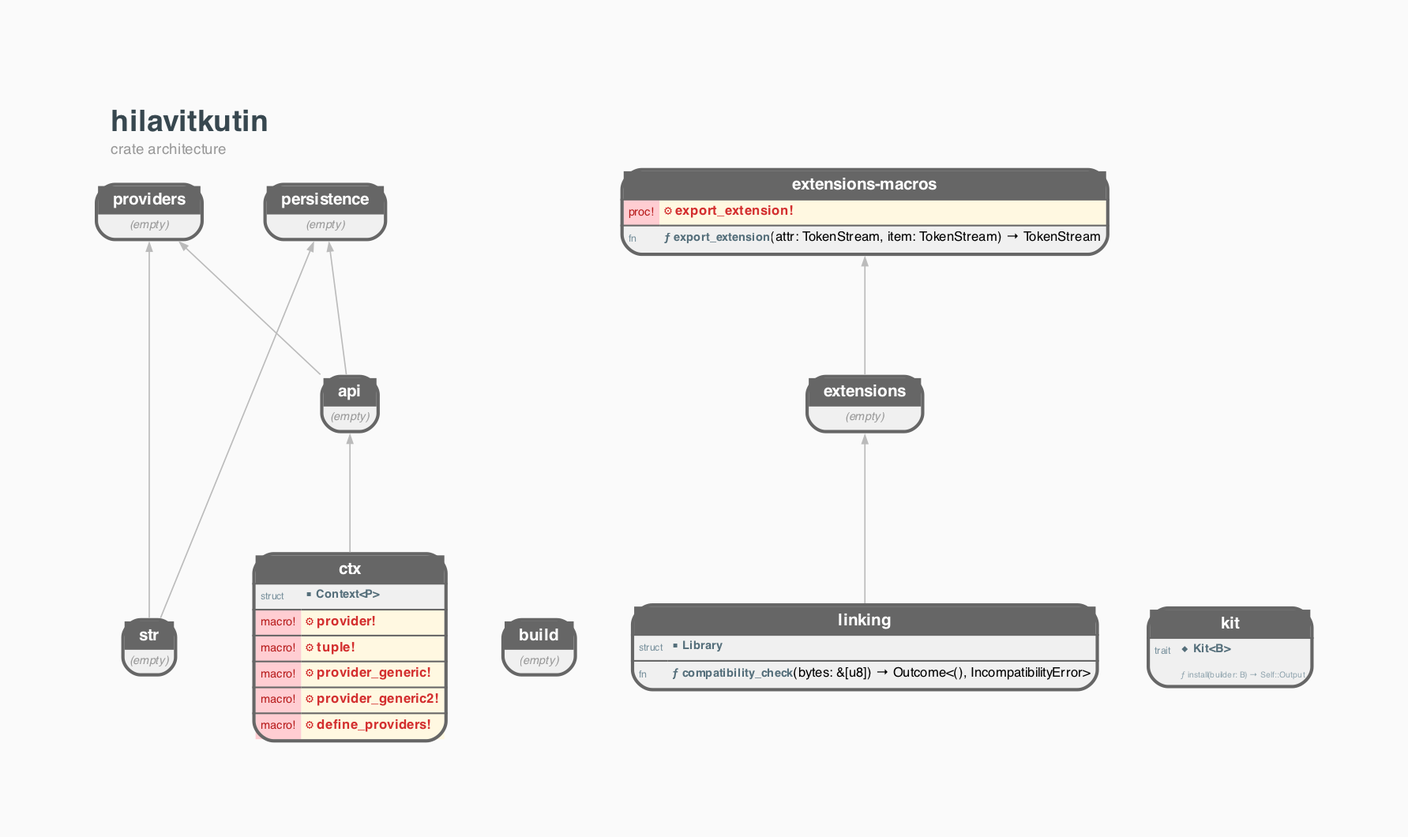
Earlier version of the Graphviz export docs/mock_crate_deps.png (orgrinrt/hilavitkutin). Its source is kept beside it as docs/mock_crate_deps.dot.
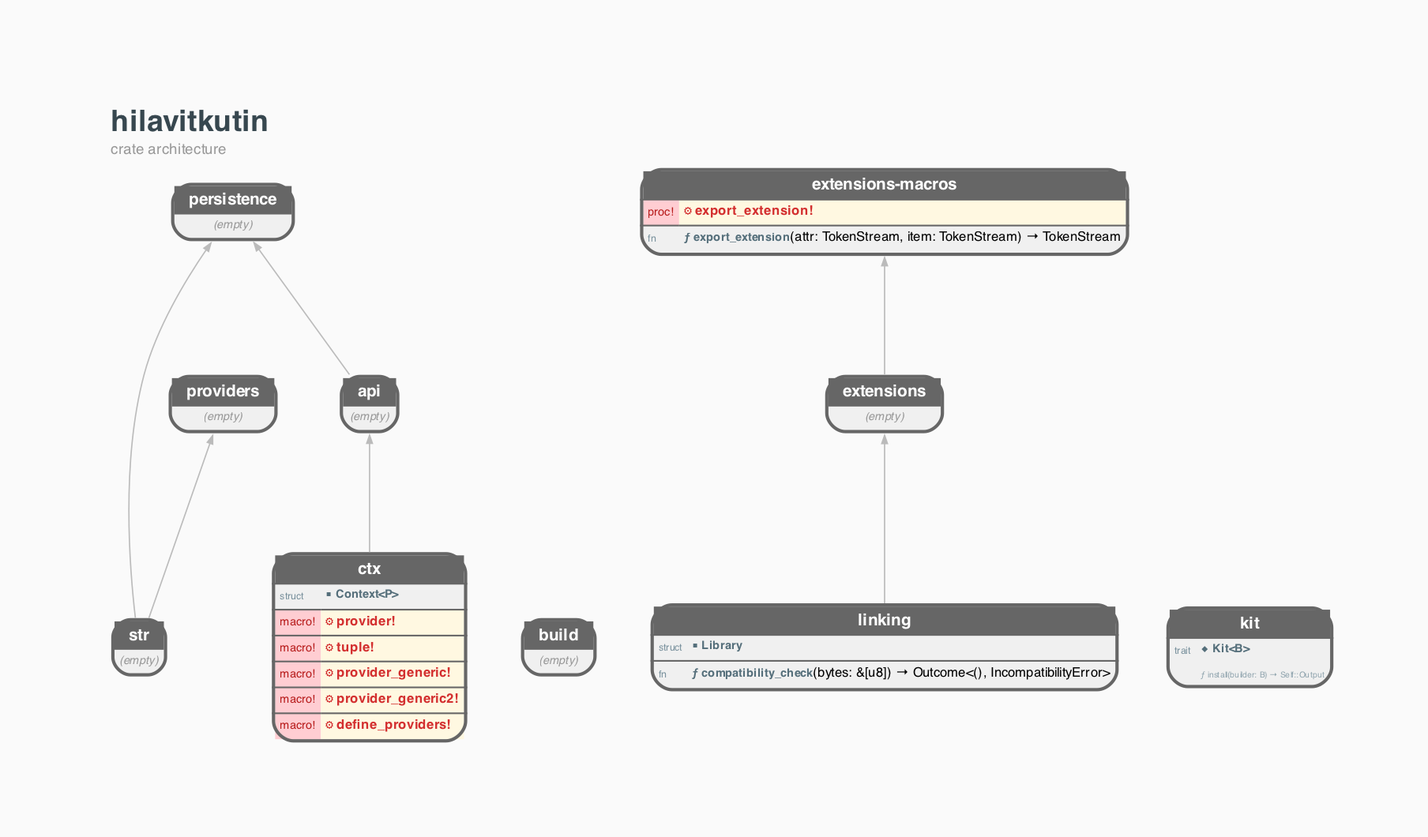
The same file after the commit.

The edit, as a diff of the source:
```diff
@@ -24,7 +24,8 @@
 
     { rank=same; hilavitkutin_build; hilavitkutin_ctx; hilavitkutin_kit; hilavitkutin_linking; hilavitkutin_str; } // depth 0
     { rank=same; hilavitkutin_api; hilavitkutin_extensions; } // depth 1
-    { rank=same; hilavitkutin_extensions_macros; hilavitkutin_persistence; hilavitkutin_providers; } // depth 2
+    { rank=same; hilavitkutin_extensions_macros; hilavitkutin_persistence; } // depth 2
+    { rank=same; hilavitkutin_providers; } // depth 3
 
 
     hilavitkutin_ctx -> hilavitkutin_api;
@@ -32,7 +33,6 @@
     hilavitkutin_extensions -> hilavitkutin_extensions_macros;
     hilavitkutin_str -> hilavitkutin_persistence;
     hilavitkutin_api -> hilavitkutin_persistence;
-    hilavitkutin_api -> hilavitkutin_providers;
     hilavitkutin_str -> hilavitkutin_providers;
 
 }
```
